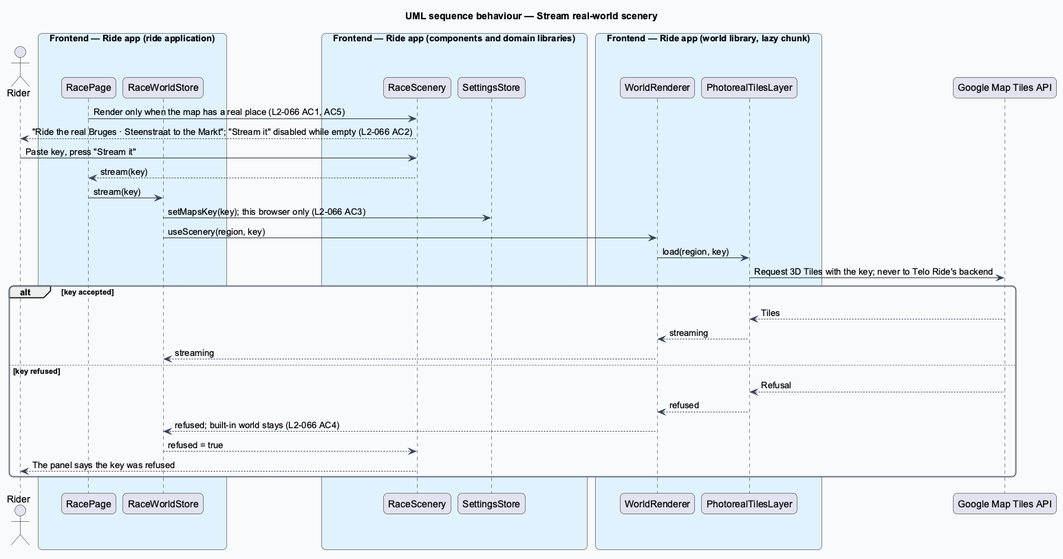
Above: docs/detailed-designs/race/render-the-race-world/diagrams/sequence-stream-real-scenery.png in QuinntyneBrown/ride-one (PlantUML), before the change. Source of this version:
```plantuml
@startuml
title UML sequence behaviour — Stream real-world scenery
skinparam backgroundColor #FFFFFF
skinparam shadowing false
skinparam roundcorner 12
skinparam defaultFontName Arial
skinparam ArrowColor #344054
skinparam rectangle {
  BorderColor #344054
  FontColor #101828
}
skinparam package {
  BorderColor #667085
  FontColor #101828
  BackgroundColor #F9FAFB
}
actor "Rider" as actor
box "Frontend — Ride app (ride application)" #E0F2FE
  participant "RacePage" as page
  participant "RaceWorldStore" as wstore
end box
box "Frontend — Ride app (components and domain libraries)" #E0F2FE
  participant "RaceScenery" as panel
  participant "SettingsStore" as settings
end box
box "Frontend — Ride app (world library, lazy chunk)" #E0F2FE
  participant "WorldRenderer" as renderer
  participant "PhotorealTilesLayer" as tiles
end box
participant "Google Map Tiles API" as google
page -> panel : Render only when the map has a real place (L2-066 AC1, AC5)
panel --> actor : "Ride the real Bruges · Steenstraat to the Markt"; "Stream it" disabled while empty (L2-066 AC2)
actor -> panel : Paste key, press "Stream it"
panel --> page : stream(key)
page -> wstore : stream(key)
wstore -> settings : setMapsKey(key); this browser only (L2-066 AC3)
wstore -> renderer : useScenery(region, key)
renderer -> tiles : load(region, key)
tiles -> google : Request 3D Tiles with the key; never to Telo Ride's backend
alt key accepted
  google --> tiles : Tiles
  tiles --> renderer : streaming
  renderer --> wstore : streaming
else key refused
  google --> tiles : Refusal
  tiles --> renderer : refused
  renderer --> wstore : refused; built-in world stays (L2-066 AC4)
  wstore --> panel : refused = true
  panel --> actor : The panel says the key was refused
end
@enduml
```
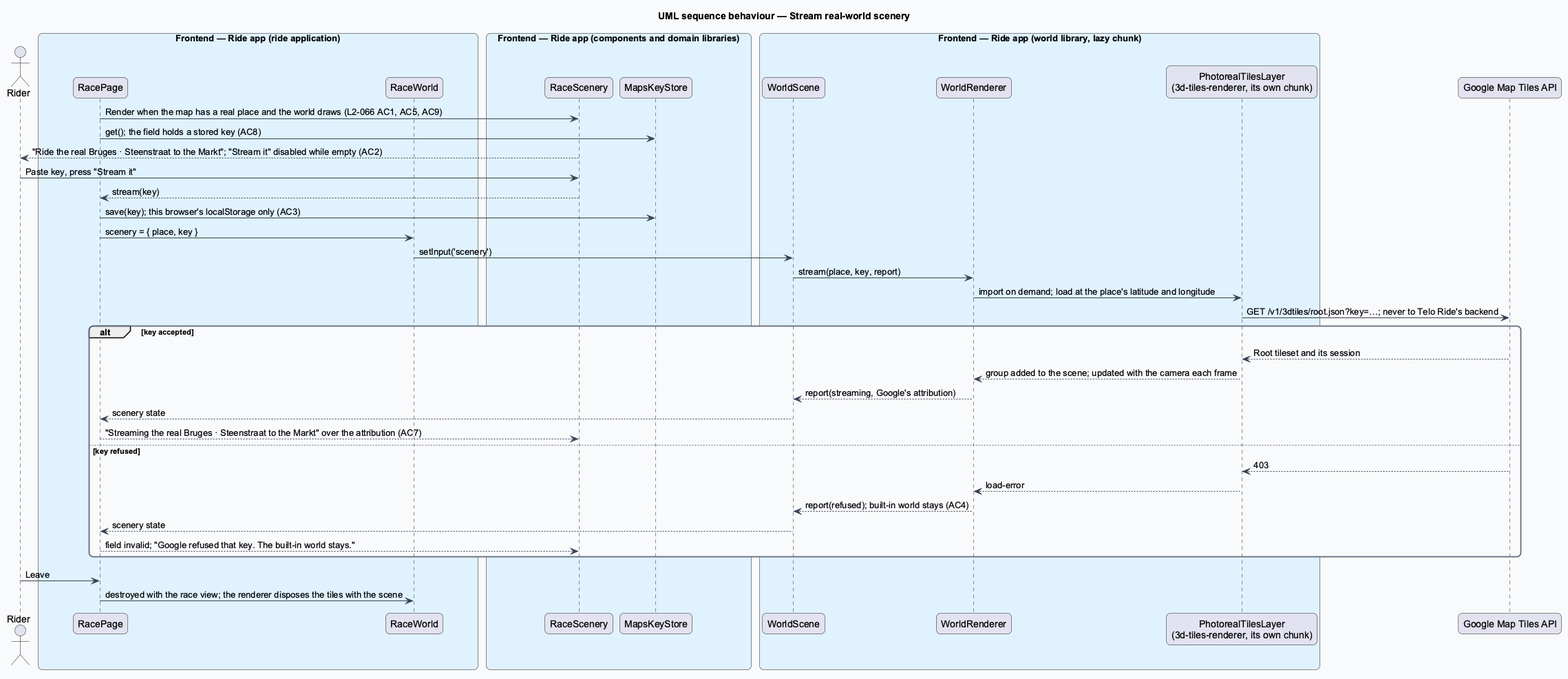
After the commit.

Diff of the diagram source:
```diff
@@ -17,35 +17,42 @@
 actor "Rider" as actor
 box "Frontend — Ride app (ride application)" #E0F2FE
   participant "RacePage" as page
-  participant "RaceWorldStore" as wstore
+  participant "RaceWorld" as rworld
 end box
 box "Frontend — Ride app (components and domain libraries)" #E0F2FE
   participant "RaceScenery" as panel
-  participant "SettingsStore" as settings
+  participant "MapsKeyStore" as keys
 end box
 box "Frontend — Ride app (world library, lazy chunk)" #E0F2FE
+  participant "WorldScene" as scene
   participant "WorldRenderer" as renderer
-  participant "PhotorealTilesLayer" as tiles
+  participant "PhotorealTilesLayer\n(3d-tiles-renderer, its own chunk)" as tiles
 end box
 participant "Google Map Tiles API" as google
-page -> panel : Render only when the map has a real place (L2-066 AC1, AC5)
-panel --> actor : "Ride the real Bruges · Steenstraat to the Markt"; "Stream it" disabled while empty (L2-066 AC2)
+page -> panel : Render when the map has a real place and the world draws (L2-066 AC1, AC5, AC9)
+page -> keys : get(); the field holds a stored key (AC8)
+panel --> actor : "Ride the real Bruges · Steenstraat to the Markt"; "Stream it" disabled while empty (AC2)
 actor -> panel : Paste key, press "Stream it"
 panel --> page : stream(key)
-page -> wstore : stream(key)
-wstore -> settings : setMapsKey(key); this browser only (L2-066 AC3)
-wstore -> renderer : useScenery(region, key)
-renderer -> tiles : load(region, key)
-tiles -> google : Request 3D Tiles with the key; never to Telo Ride's backend
+page -> keys : save(key); this browser's localStorage only (AC3)
+page -> rworld : scenery = { place, key }
+rworld -> scene : setInput('scenery')
+scene -> renderer : stream(place, key, report)
+renderer -> tiles : import on demand; load at the place's latitude and longitude
+tiles -> google : GET /v1/3dtiles/root.json?key=…; never to Telo Ride's backend
 alt key accepted
-  google --> tiles : Tiles
-  tiles --> renderer : streaming
-  renderer --> wstore : streaming
+  google --> tiles : Root tileset and its session
+  tiles --> renderer : group added to the scene; updated with the camera each frame
+  renderer --> scene : report(streaming, Google's attribution)
+  scene --> page : scenery state
+  page --> panel : "Streaming the real Bruges · Steenstraat to the Markt" over the attribution (AC7)
 else key refused
-  google --> tiles : Refusal
-  tiles --> renderer : refused
-  renderer --> wstore : refused; built-in world stays (L2-066 AC4)
-  wstore --> panel : refused = true
-  panel --> actor : The panel says the key was refused
+  google --> tiles : 403
+  tiles --> renderer : load-error
+  renderer --> scene : report(refused); built-in world stays (AC4)
+  scene --> page : scenery state
+  page --> panel : field invalid; "Google refused that key. The built-in world stays."
 end
+actor -> page : Leave
+page -> rworld : destroyed with the race view; the renderer disposes the tiles with the scene
 @enduml
```
